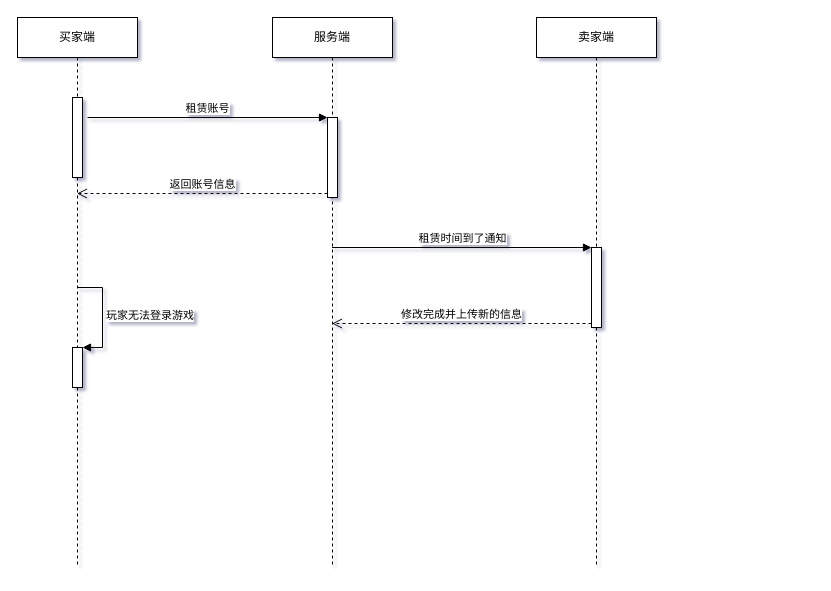
Before: Untitled Diagram.drawio in yyht800/SiGuoYa, a draw.io diagram. Source tidied: cells renumbered, new cells numbered last; positions are measured from the earlier drawing's top-left corner, leaving out a move shared by most shapes. Both pictures are drawn from the tidied source at 100%, with x=0, y=0 at pixel (17, 17).
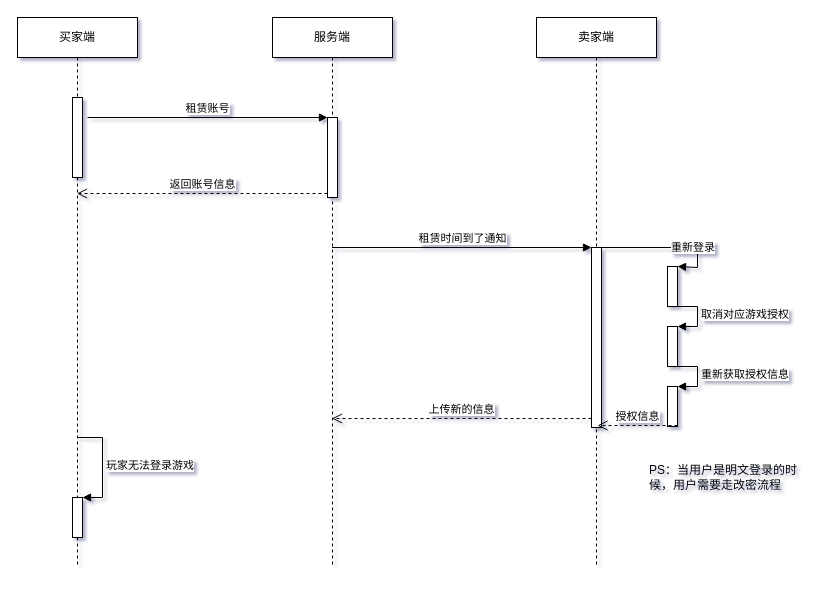
The same page after the edit.

The change refers to these unchanged cells:
```xml
<mxCell id="2" value="卖家端" style="shape=umlLifeline;perimeter=lifelinePerimeter;whiteSpace=wrap;html=1;outlineConnect=0;rounded=0;sketch=0;" parent="1" vertex="1">
  <mxGeometry x="519" width="120" height="550" as="geometry" />
</mxCell>
<mxCell id="4" value="服务端" style="shape=umlLifeline;perimeter=lifelinePerimeter;whiteSpace=wrap;html=1;outlineConnect=0;rounded=0;sketch=0;" parent="1" vertex="1">
  <mxGeometry x="255" width="120" height="550" as="geometry" />
</mxCell>
<mxCell id="6" value="买家端" style="shape=umlLifeline;perimeter=lifelinePerimeter;whiteSpace=wrap;html=1;outlineConnect=0;rounded=0;sketch=0;" parent="1" vertex="1">
  <mxGeometry width="120" height="550" as="geometry" />
</mxCell>
```

Change to the diagram source:
```diff
@@
     <mxCell id="3" style="html=1;points=[];perimeter=orthogonalPerimeter;rounded=0;sketch=0;" parent="2" vertex="1">
-      <mxGeometry x="55" y="230" width="10" height="80" as="geometry" />
+      <mxGeometry x="55" y="230" width="10" height="180" as="geometry" />
     </mxCell>
@@
     <mxCell id="8" style="html=1;points=[];perimeter=orthogonalPerimeter;rounded=0;sketch=0;" parent="6" vertex="1">
-      <mxGeometry x="55" y="330" width="10" height="40" as="geometry" />
+      <mxGeometry x="55" y="480" width="10" height="40" as="geometry" />
     </mxCell>
     <mxCell id="9" value="玩家无法登录游戏" style="edgeStyle=orthogonalEdgeStyle;html=1;align=left;spacingLeft=2;endArrow=block;rounded=0;entryX=1;entryY=0;" parent="6" edge="1" target="8">
       <mxGeometry relative="1" as="geometry">
-        <mxPoint x="60" y="270" as="sourcePoint" />
+        <mxPoint x="60" y="420" as="sourcePoint" />
         <Array as="points">
-          <mxPoint x="85" y="270" />
+          <mxPoint x="85" y="420" />
         </Array>
       </mxGeometry>
     </mxCell>
@@
-    <mxCell id="13" value="修改完成并上传新的信息" style="html=1;verticalAlign=bottom;endArrow=open;dashed=1;endSize=8;exitX=0;exitY=0.95;" parent="1" edge="1" source="3" target="4">
+    <mxCell id="13" value="上传新的信息" style="html=1;verticalAlign=bottom;endArrow=open;dashed=1;endSize=8;exitX=0;exitY=0.95;" parent="1" edge="1" source="3" target="4">
       <mxGeometry relative="1" as="geometry" />
     </mxCell>
+    <mxCell id="14" style="html=1;points=[];perimeter=orthogonalPerimeter;rounded=0;sketch=0;" parent="1" vertex="1">
+      <mxGeometry x="650" y="249" width="10" height="40" as="geometry" />
+    </mxCell>
+    <mxCell id="15" value="重新登录" style="edgeStyle=orthogonalEdgeStyle;html=1;align=left;spacingLeft=2;endArrow=block;rounded=0;entryX=1;entryY=0;" parent="1" edge="1" source="2" target="14">
+      <mxGeometry relative="1" as="geometry">
+        <Array as="points">
+          <mxPoint x="680" y="230" />
+          <mxPoint x="680" y="250" />
+        </Array>
+      </mxGeometry>
+    </mxCell>
+    <mxCell id="16" style="html=1;points=[];perimeter=orthogonalPerimeter;rounded=0;sketch=0;" parent="1" vertex="1">
+      <mxGeometry x="650" y="309" width="10" height="40" as="geometry" />
+    </mxCell>
+    <mxCell id="17" value="取消对应游戏授权" style="edgeStyle=orthogonalEdgeStyle;html=1;align=left;spacingLeft=2;endArrow=block;rounded=0;entryX=1;entryY=0;" parent="1" edge="1" target="16">
+      <mxGeometry relative="1" as="geometry">
+        <mxPoint x="655" y="289" as="sourcePoint" />
+        <Array as="points">
+          <mxPoint x="680" y="289" />
+        </Array>
+      </mxGeometry>
+    </mxCell>
+    <mxCell id="18" style="html=1;points=[];perimeter=orthogonalPerimeter;rounded=0;sketch=0;" parent="1" vertex="1">
+      <mxGeometry x="650" y="369" width="10" height="40" as="geometry" />
+    </mxCell>
+    <mxCell id="19" value="重新获取授权信息" style="edgeStyle=orthogonalEdgeStyle;html=1;align=left;spacingLeft=2;endArrow=block;rounded=0;entryX=1;entryY=0;" parent="1" edge="1" target="18">
+      <mxGeometry relative="1" as="geometry">
+        <mxPoint x="655" y="349" as="sourcePoint" />
+        <Array as="points">
+          <mxPoint x="680" y="349" />
+        </Array>
+      </mxGeometry>
+    </mxCell>
+    <mxCell id="20" value="授权信息" style="html=1;verticalAlign=bottom;endArrow=open;dashed=1;endSize=8;" parent="1" edge="1">
+      <mxGeometry relative="1" as="geometry">
+        <mxPoint x="660" y="408" as="sourcePoint" />
+        <mxPoint x="580" y="408" as="targetPoint" />
+      </mxGeometry>
+    </mxCell>
+    <mxCell id="21" value="PS：当用户是明文登录的时候，用户需要走改密流程" style="text;html=1;strokeColor=none;fillColor=none;align=left;verticalAlign=middle;whiteSpace=wrap;rounded=0;sketch=0;" parent="1" vertex="1">
+      <mxGeometry x="630" y="450" width="160" height="20" as="geometry" />
+    </mxCell>
```
